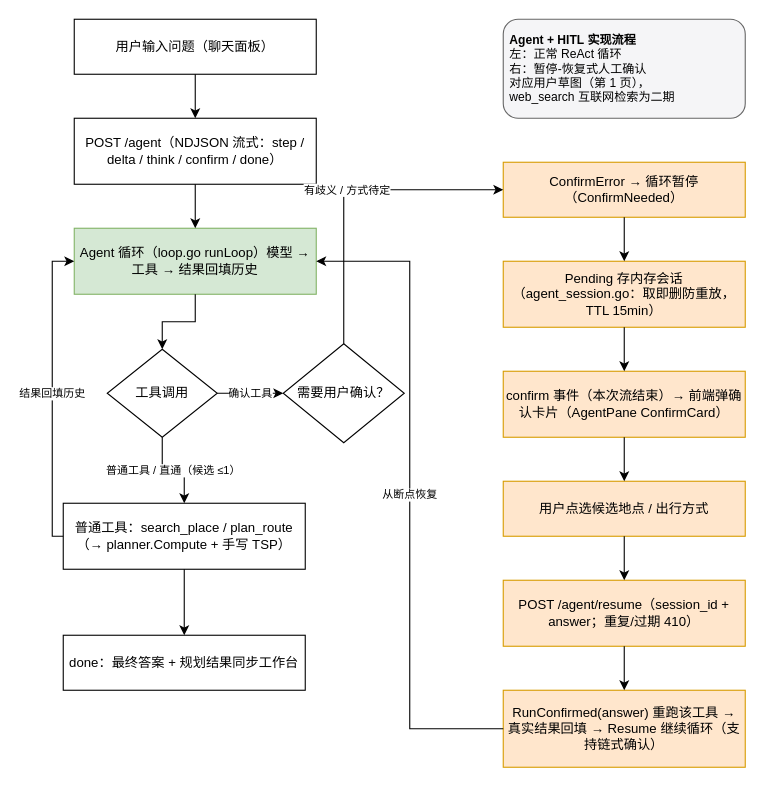
This is page "实现流程（2026-11-03 落地）" (2 of 2) of docs/route66.drawio from Gulugll/route66, a draw.io file, before an edit. Source tidied: cells renumbered, new cells numbered last; positions are measured from the earlier drawing's top-left corner, leaving out a move shared by most shapes. Both pictures are drawn from the tidied source at 110%, with x=0, y=0 at pixel (63, 19).
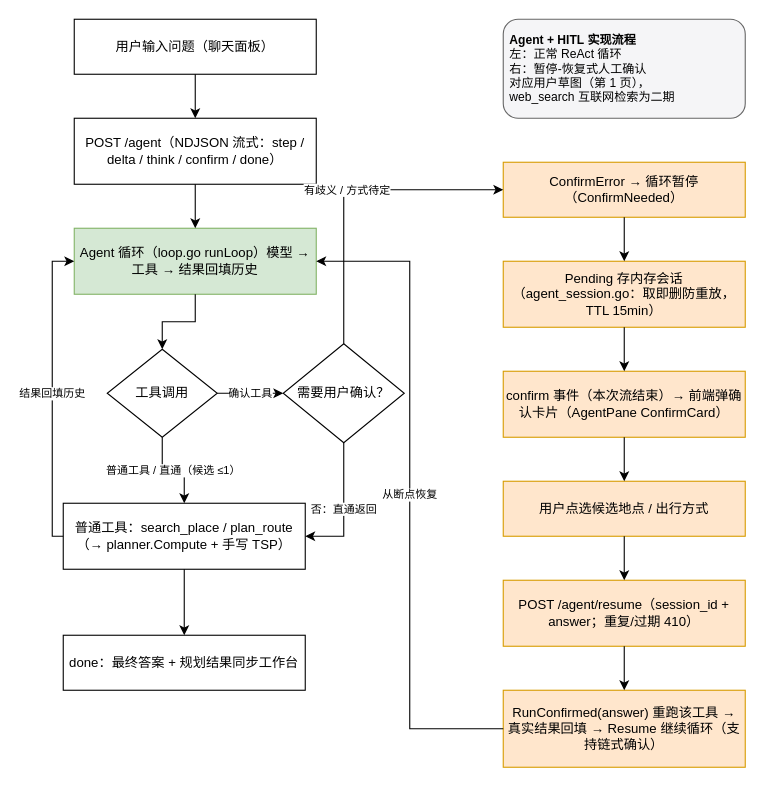
The same page after the edit.

Commit message (it also covers changes not shown here):
docs: Agent 流程总览 mermaid 与 drawio 第 2 页同步，补直通分支连线

The change refers to these unchanged cells:
```xml
<mxCell id="7" value="普通工具：search_place / plan_route（→ planner.Compute + 手写 TSP）" style="rounded=0;whiteSpace=wrap;html=1;" parent="1" vertex="1">
  <mxGeometry y="440" width="220" height="60" as="geometry" />
</mxCell>
<mxCell id="8" value="需要用户确认？" style="rhombus;whiteSpace=wrap;html=1;" parent="1" vertex="1">
  <mxGeometry x="200" y="295" width="110" height="90" as="geometry" />
</mxCell>
```

What changed in the source:
```diff
@@
+    <mxCell id="30" value="否：直通返回" style="edgeStyle=orthogonalEdgeStyle;rounded=0;html=1;exitX=0.5;exitY=1;entryX=1;entryY=0.5;fontSize=10;" parent="1" edge="1" source="8" target="7">
+      <mxGeometry relative="1" as="geometry" />
+    </mxCell>
```
